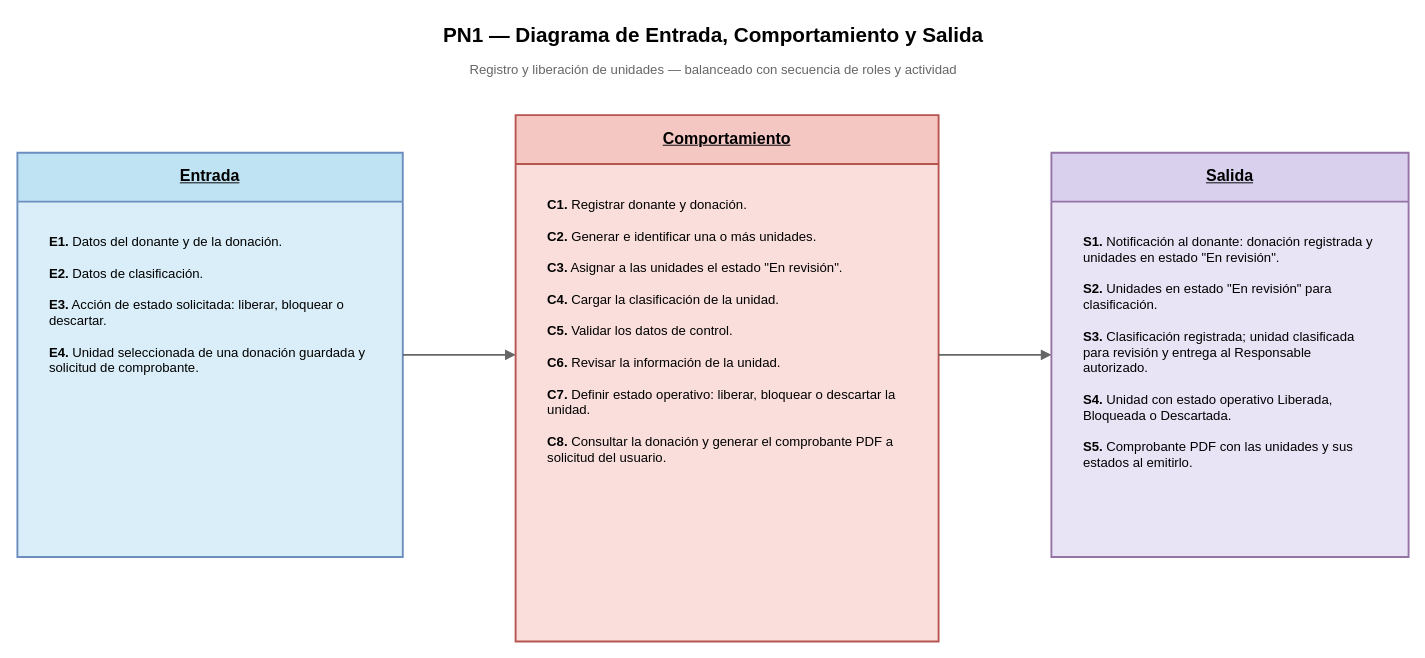
Above: Diagramas/Secuencia de Roles/PN1_DiagramaEntradaComportamientoSalida.drawio in juanNH/Ingenieria-de-Software (draw.io), before the change. Source tidied: cells renumbered, new cells numbered last; positions are measured from the earlier drawing's top-left corner, leaving out a move shared by most shapes. Both pictures are drawn from the tidied source at 94%, with x=0, y=0 at pixel (17, 16).
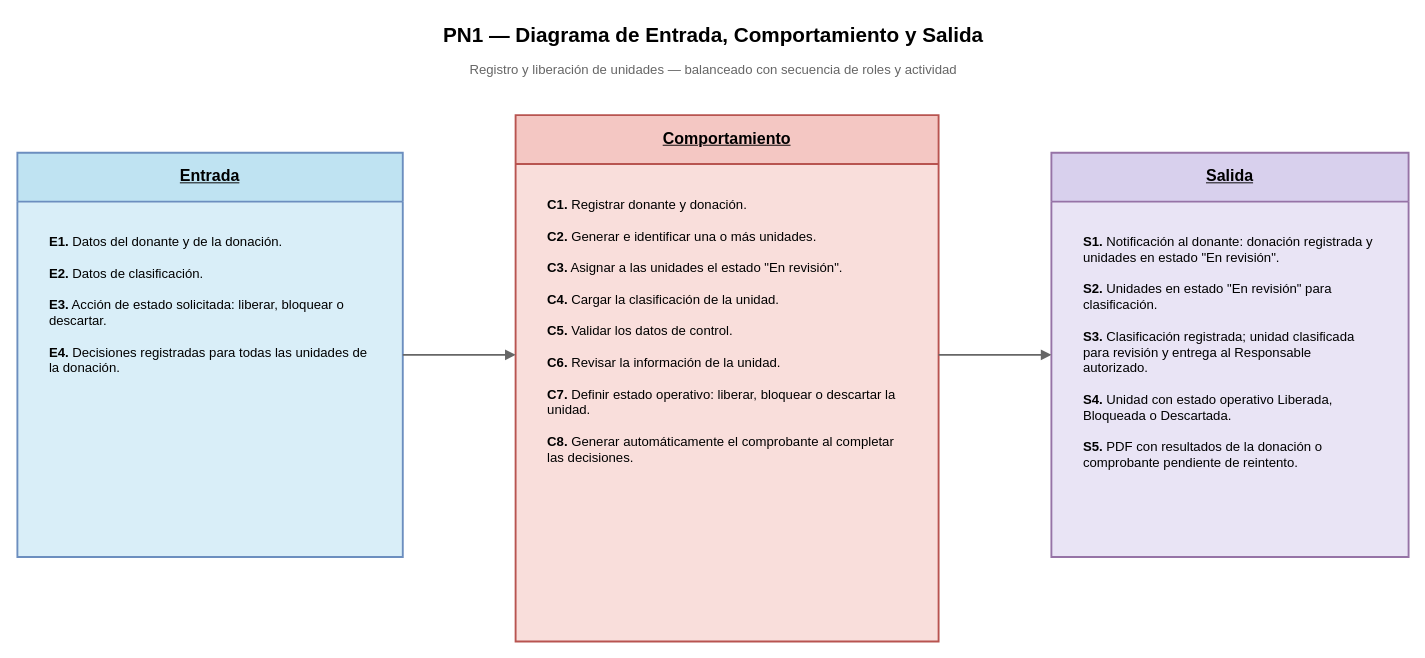
The same diagram, later.

The edit, as a diff of the source:
```diff
@@
 <mxGraphModel>
   <root>
     <mxCell id="0" />
     <mxCell id="1" parent="0" />
     <mxCell id="2" value="PN1 — Diagrama de Entrada, Comportamiento y Salida" style="text;html=1;strokeColor=none;fillColor=none;fontStyle=1;fontSize=22;align=center;verticalAlign=middle;fontFamily=Arial;" parent="1" vertex="1">
       <mxGeometry x="190" width="1100" height="42" as="geometry" />
     </mxCell>
     <mxCell id="3" value="Registro y liberación de unidades — balanceado con secuencia de roles y actividad" style="text;html=1;strokeColor=none;fillColor=none;fontSize=14;align=center;verticalAlign=middle;fontColor=#666666;fontFamily=Arial;" parent="1" vertex="1">
       <mxGeometry x="190" y="43" width="1100" height="28" as="geometry" />
     </mxCell>
     <mxCell id="4" value="&lt;b&gt;&lt;u&gt;Entrada&lt;/u&gt;&lt;/b&gt;" style="swimlane;horizontal=1;startSize=52;whiteSpace=wrap;html=1;rounded=0;fillColor=#bfe3f2;swimlaneFillColor=#d9eef8;strokeColor=#6c8ebf;strokeWidth=2;fontSize=17;fontFamily=Arial;align=center;verticalAlign=middle;" parent="1" vertex="1">
       <mxGeometry y="145" width="410" height="430" as="geometry" />
     </mxCell>
-    <mxCell id="5" value="&lt;b&gt;E1.&lt;/b&gt; Datos del donante y de la donación.&lt;br&gt;&lt;br&gt;&lt;b&gt;E2.&lt;/b&gt; Datos de clasificación.&lt;br&gt;&lt;br&gt;&lt;b&gt;E3.&lt;/b&gt; Acción de estado solicitada: liberar, bloquear o descartar.&lt;br&gt;&lt;br&gt;&lt;b&gt;E4.&lt;/b&gt; Unidad seleccionada de una donación guardada y solicitud de comprobante." style="text;html=1;strokeColor=none;fillColor=none;whiteSpace=wrap;fontSize=14;fontFamily=Arial;align=left;verticalAlign=top;spacingLeft=12;spacingRight=12;spacingTop=10;" parent="1" vertex="1">
+    <mxCell id="5" value="&lt;b&gt;E1.&lt;/b&gt; Datos del donante y de la donación.&lt;br&gt;&lt;br&gt;&lt;b&gt;E2.&lt;/b&gt; Datos de clasificación.&lt;br&gt;&lt;br&gt;&lt;b&gt;E3.&lt;/b&gt; Acción de estado solicitada: liberar, bloquear o descartar.&lt;br&gt;&lt;br&gt;&lt;b&gt;E4.&lt;/b&gt; Decisiones registradas para todas las unidades de la donación." style="text;html=1;strokeColor=none;fillColor=none;whiteSpace=wrap;fontSize=14;fontFamily=Arial;align=left;verticalAlign=top;spacingLeft=12;spacingRight=12;spacingTop=10;" parent="1" vertex="1">
       <mxGeometry x="20" y="215" width="370" height="335" as="geometry" />
     </mxCell>
     <mxCell id="6" value="&lt;b&gt;&lt;u&gt;Comportamiento&lt;/u&gt;&lt;/b&gt;" style="swimlane;horizontal=1;startSize=52;whiteSpace=wrap;html=1;rounded=0;fillColor=#f4c7c3;swimlaneFillColor=#f9dedb;strokeColor=#b85450;strokeWidth=2;fontSize=17;fontFamily=Arial;align=center;verticalAlign=middle;" parent="1" vertex="1">
       <mxGeometry x="530" y="105" width="450" height="560" as="geometry" />
     </mxCell>
-    <mxCell id="7" value="&lt;b&gt;C1.&lt;/b&gt; Registrar donante y donación.&lt;br&gt;&lt;br&gt;&lt;b&gt;C2.&lt;/b&gt; Generar e identificar una o más unidades.&lt;br&gt;&lt;br&gt;&lt;b&gt;C3.&lt;/b&gt; Asignar a las unidades el estado &amp;quot;En revisión&amp;quot;.&lt;br&gt;&lt;br&gt;&lt;b&gt;C4.&lt;/b&gt; Cargar la clasificación de la unidad.&lt;br&gt;&lt;br&gt;&lt;b&gt;C5.&lt;/b&gt; Validar los datos de control.&lt;br&gt;&lt;br&gt;&lt;b&gt;C6.&lt;/b&gt; Revisar la información de la unidad.&lt;br&gt;&lt;br&gt;&lt;b&gt;C7.&lt;/b&gt; Definir estado operativo: liberar, bloquear o descartar la unidad.&lt;br&gt;&lt;br&gt;&lt;b&gt;C8.&lt;/b&gt; Consultar la donación y generar el comprobante PDF a solicitud del usuario." style="text;html=1;strokeColor=none;fillColor=none;whiteSpace=wrap;fontSize=14;fontFamily=Arial;align=left;verticalAlign=top;spacingLeft=12;spacingRight=12;spacingTop=10;" parent="1" vertex="1">
+    <mxCell id="7" value="&lt;b&gt;C1.&lt;/b&gt; Registrar donante y donación.&lt;br&gt;&lt;br&gt;&lt;b&gt;C2.&lt;/b&gt; Generar e identificar una o más unidades.&lt;br&gt;&lt;br&gt;&lt;b&gt;C3.&lt;/b&gt; Asignar a las unidades el estado &amp;quot;En revisión&amp;quot;.&lt;br&gt;&lt;br&gt;&lt;b&gt;C4.&lt;/b&gt; Cargar la clasificación de la unidad.&lt;br&gt;&lt;br&gt;&lt;b&gt;C5.&lt;/b&gt; Validar los datos de control.&lt;br&gt;&lt;br&gt;&lt;b&gt;C6.&lt;/b&gt; Revisar la información de la unidad.&lt;br&gt;&lt;br&gt;&lt;b&gt;C7.&lt;/b&gt; Definir estado operativo: liberar, bloquear o descartar la unidad.&lt;br&gt;&lt;br&gt;&lt;b&gt;C8.&lt;/b&gt; Generar automáticamente el comprobante al completar las decisiones." style="text;html=1;strokeColor=none;fillColor=none;whiteSpace=wrap;fontSize=14;fontFamily=Arial;align=left;verticalAlign=top;spacingLeft=12;spacingRight=12;spacingTop=10;" parent="1" vertex="1">
       <mxGeometry x="550" y="175" width="410" height="490" as="geometry" />
     </mxCell>
     <mxCell id="8" value="&lt;b&gt;&lt;u&gt;Salida&lt;/u&gt;&lt;/b&gt;" style="swimlane;horizontal=1;startSize=52;whiteSpace=wrap;html=1;rounded=0;fillColor=#d8d0ed;swimlaneFillColor=#e9e4f5;strokeColor=#9673a6;strokeWidth=2;fontSize=17;fontFamily=Arial;align=center;verticalAlign=middle;" parent="1" vertex="1">
       <mxGeometry x="1100" y="145" width="380" height="430" as="geometry" />
     </mxCell>
-    <mxCell id="9" value="&lt;b&gt;S1.&lt;/b&gt; Notificación al donante: donación registrada y unidades en estado &amp;quot;En revisión&amp;quot;.&lt;br&gt;&lt;br&gt;&lt;b&gt;S2.&lt;/b&gt; Unidades en estado &amp;quot;En revisión&amp;quot; para clasificación.&lt;br&gt;&lt;br&gt;&lt;b&gt;S3.&lt;/b&gt; Clasificación registrada; unidad clasificada para revisión y entrega al Responsable autorizado.&lt;br&gt;&lt;br&gt;&lt;b&gt;S4.&lt;/b&gt; Unidad con estado operativo Liberada, Bloqueada o Descartada.&lt;br&gt;&lt;br&gt;&lt;b&gt;S5.&lt;/b&gt; Comprobante PDF con las unidades y sus estados al emitirlo." style="text;html=1;strokeColor=none;fillColor=none;whiteSpace=wrap;fontSize=14;fontFamily=Arial;align=left;verticalAlign=top;spacingLeft=12;spacingRight=12;spacingTop=10;" parent="1" vertex="1">
+    <mxCell id="9" value="&lt;b&gt;S1.&lt;/b&gt; Notificación al donante: donación registrada y unidades en estado &amp;quot;En revisión&amp;quot;.&lt;br&gt;&lt;br&gt;&lt;b&gt;S2.&lt;/b&gt; Unidades en estado &amp;quot;En revisión&amp;quot; para clasificación.&lt;br&gt;&lt;br&gt;&lt;b&gt;S3.&lt;/b&gt; Clasificación registrada; unidad clasificada para revisión y entrega al Responsable autorizado.&lt;br&gt;&lt;br&gt;&lt;b&gt;S4.&lt;/b&gt; Unidad con estado operativo Liberada, Bloqueada o Descartada.&lt;br&gt;&lt;br&gt;&lt;b&gt;S5.&lt;/b&gt; PDF con resultados de la donación o comprobante pendiente de reintento." style="text;html=1;strokeColor=none;fillColor=none;whiteSpace=wrap;fontSize=14;fontFamily=Arial;align=left;verticalAlign=top;spacingLeft=12;spacingRight=12;spacingTop=10;" parent="1" vertex="1">
       <mxGeometry x="1120" y="215" width="340" height="335" as="geometry" />
     </mxCell>
     <mxCell id="10" style="edgeStyle=orthogonalEdgeStyle;rounded=0;html=1;endArrow=block;endFill=1;strokeColor=#666666;strokeWidth=2;" parent="1" edge="1">
       <mxGeometry relative="1" as="geometry">
         <mxPoint x="410" y="360" as="sourcePoint" />
         <mxPoint x="530" y="360" as="targetPoint" />
       </mxGeometry>
     </mxCell>
     <mxCell id="11" style="edgeStyle=orthogonalEdgeStyle;rounded=0;html=1;endArrow=block;endFill=1;strokeColor=#666666;strokeWidth=2;" parent="1" edge="1">
       <mxGeometry relative="1" as="geometry">
         <mxPoint x="980" y="360" as="sourcePoint" />
         <mxPoint x="1100" y="360" as="targetPoint" />
       </mxGeometry>
     </mxCell>
   </root>
 </mxGraphModel>
```
